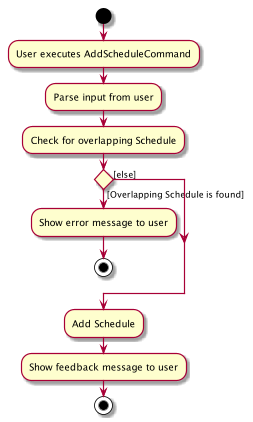
Above: docs/images/AddScheduleActivityDiagram.png in tanweijie123/tp (PlantUML), before the change.
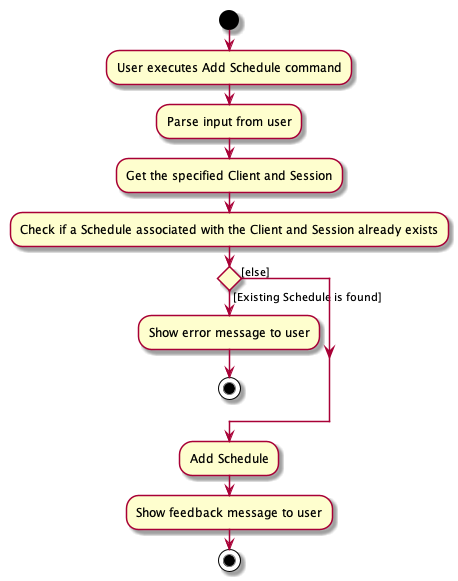
The same file after the commit.

Commit message:
Render add sched activity diagram

What changed in the source:
```diff
@@ -1,11 +1,12 @@
 @startuml
 start
-:User executes AddScheduleCommand;
+:User executes Add Schedule command;
 :Parse input from user;
-:Check for overlapping Schedule;
+:Get the specified Client and Session;
+:Check if a Schedule associated with the Client and Session already exists;
 
 
-if () then ([Overlapping Schedule is found])
+if () then ([Existing Schedule is found])
     :Show error message to user;
     stop
 else([else])
```
